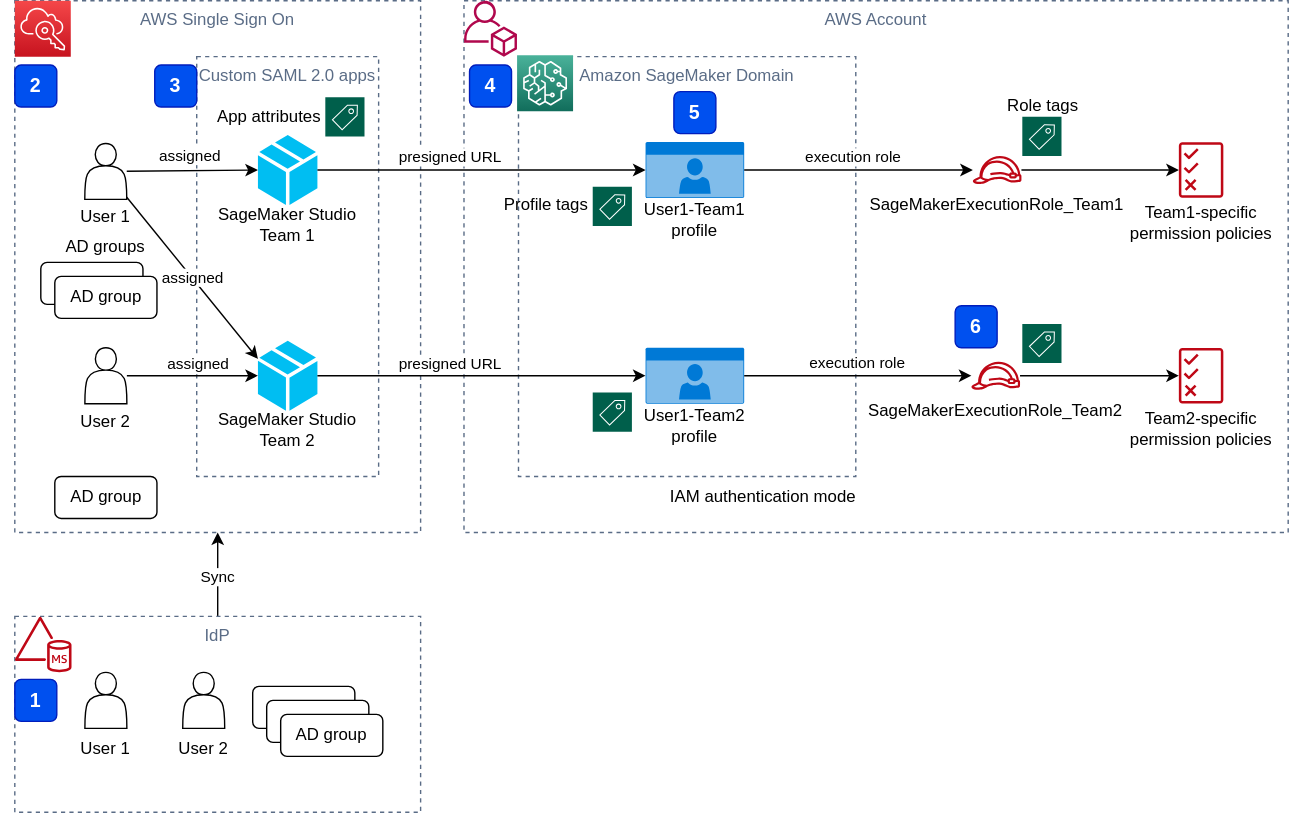
aws-samples/users-and-team-management-with-amazon-sagemaker-and-aws-sso keeps this draw.io diagram as design/solution-architecture.drawio.svg. Above is the earlier version. Source tidied: cells renumbered, new cells last; positions are measured from the earlier drawing's top-left corner, leaving out a move shared by most shapes.
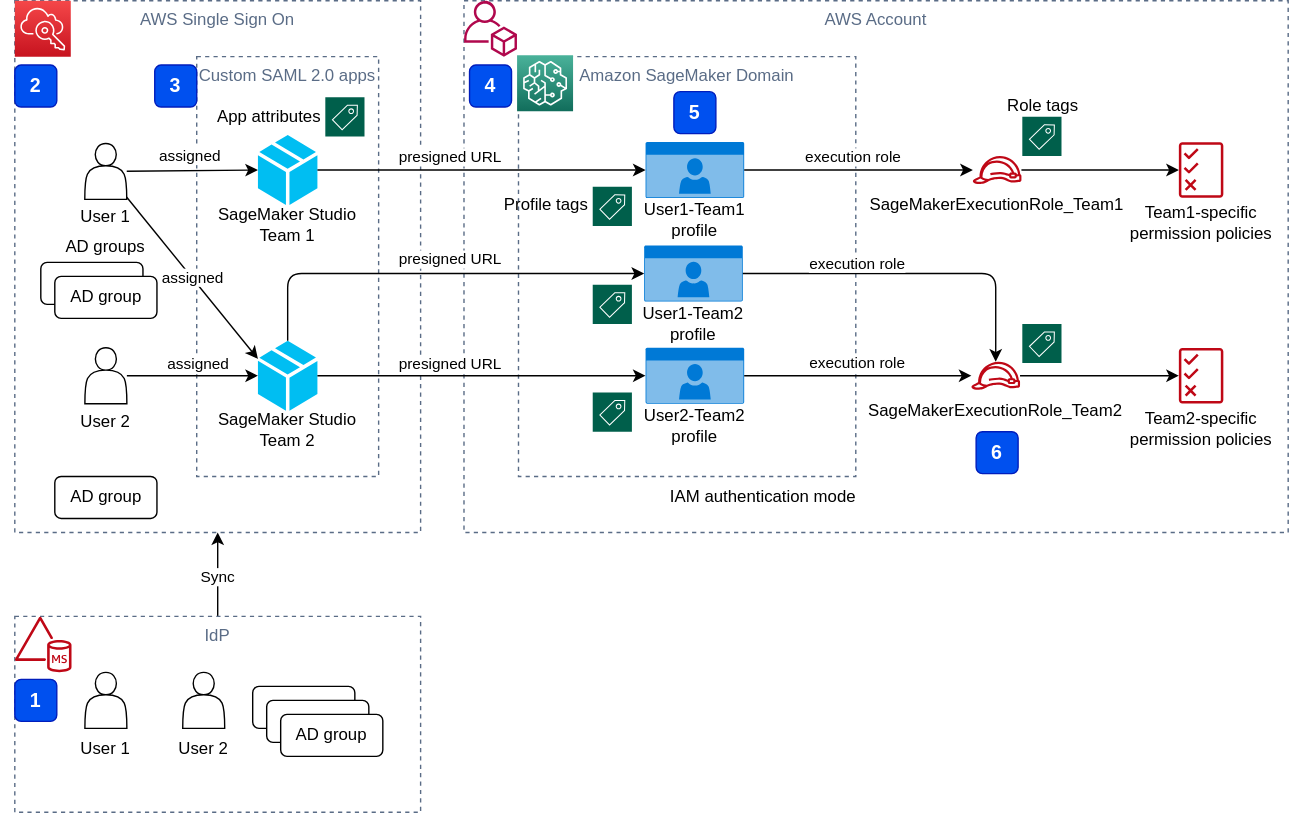
After the commit.

Change to the diagram source:
```diff
@@ -79,7 +79,7 @@
     <mxCell id="26" style="group;" parent="1" vertex="1">
       <mxGeometry x="451" y="248" width="90" height="71" as="geometry" />
     </mxCell>
-    <mxCell id="27" value="User1-Team2 profile" style="text;html=1;strokeColor=none;fillColor=none;align=center;verticalAlign=middle;whiteSpace=wrap;rounded=0;" parent="26" vertex="1">
+    <mxCell id="27" value="User2-Team2 profile" style="text;html=1;strokeColor=none;fillColor=none;align=center;verticalAlign=middle;whiteSpace=wrap;rounded=0;" parent="26" vertex="1">
       <mxGeometry y="41" width="90" height="30" as="geometry" />
     </mxCell>
     <mxCell id="28" style="html=1;strokeColor=none;fillColor=#0079D6;labelPosition=center;verticalLabelPosition=middle;verticalAlign=top;align=center;fontSize=12;outlineConnect=0;spacingTop=-6;fontColor=#FFFFFF;sketch=0;shape=mxgraph.sitemap.profile;" parent="26" vertex="1">
@@ -222,7 +222,7 @@
       <mxGeometry x="335" y="46" width="30" height="30" as="geometry" />
     </mxCell>
     <mxCell id="71" value="6" style="rounded=1;whiteSpace=wrap;html=1;fontStyle=1;fontSize=14;fillColor=#0050ef;strokeColor=#001DBC;fontColor=#ffffff;" parent="1" vertex="1">
-      <mxGeometry x="682" y="218" width="30" height="30" as="geometry" />
+      <mxGeometry x="697" y="308" width="30" height="30" as="geometry" />
     </mxCell>
     <mxCell id="72" value="3" style="rounded=1;whiteSpace=wrap;html=1;fontStyle=1;fontSize=14;fillColor=#0050ef;strokeColor=#001DBC;fontColor=#ffffff;" parent="1" vertex="1">
       <mxGeometry x="110" y="46" width="30" height="30" as="geometry" />
@@ -266,5 +266,41 @@
     <mxCell id="85" value="User 2" style="text;html=1;strokeColor=none;fillColor=none;align=center;verticalAlign=middle;whiteSpace=wrap;rounded=0;" parent="83" vertex="1">
       <mxGeometry y="38" width="60" height="30" as="geometry" />
     </mxCell>
+    <mxCell id="86" style="group;" parent="1" vertex="1">
+      <mxGeometry x="450" y="175" width="90" height="71" as="geometry" />
+    </mxCell>
+    <mxCell id="87" value="User1-Team2 profile" style="text;html=1;strokeColor=none;fillColor=none;align=center;verticalAlign=middle;whiteSpace=wrap;rounded=0;" parent="86" vertex="1">
+      <mxGeometry y="41" width="90" height="30" as="geometry" />
+    </mxCell>
+    <mxCell id="88" style="html=1;strokeColor=none;fillColor=#0079D6;labelPosition=center;verticalLabelPosition=middle;verticalAlign=top;align=center;fontSize=12;outlineConnect=0;spacingTop=-6;fontColor=#FFFFFF;sketch=0;shape=mxgraph.sitemap.profile;" parent="86" vertex="1">
+      <mxGeometry x="9.8" width="70.5" height="40" as="geometry" />
+    </mxCell>
+    <mxCell id="89" style="edgeStyle=none;html=1;" parent="1" edge="1" source="88" target="21">
+      <mxGeometry relative="1" as="geometry">
+        <Array as="points">
+          <mxPoint x="711" y="195" />
+        </Array>
+      </mxGeometry>
+    </mxCell>
+    <mxCell id="90" value="execution role" style="edgeLabel;html=1;align=center;verticalAlign=middle;" parent="89" vertex="1">
+      <mxGeometry x="-0.19" y="1" relative="1" as="geometry">
+        <mxPoint x="-18" y="-7" as="offset" />
+      </mxGeometry>
+    </mxCell>
+    <mxCell id="91" style="edgeStyle=none;html=1;entryX=0;entryY=0.5;entryDx=0;entryDy=0;entryPerimeter=0;" parent="1" edge="1" source="36" target="88">
+      <mxGeometry relative="1" as="geometry">
+        <Array as="points">
+          <mxPoint x="205" y="195" />
+        </Array>
+      </mxGeometry>
+    </mxCell>
+    <mxCell id="92" value="presigned URL" style="edgeLabel;html=1;align=center;verticalAlign=middle;" parent="91" vertex="1">
+      <mxGeometry x="0.18" y="1" relative="1" as="geometry">
+        <mxPoint x="-15" y="-10" as="offset" />
+      </mxGeometry>
+    </mxCell>
+    <mxCell id="93" style="sketch=0;shadow=0;dashed=0;html=1;strokeColor=none;fillColor=#005F4B;labelPosition=center;verticalLabelPosition=bottom;verticalAlign=top;align=center;shape=mxgraph.veeam2.tag;" parent="1" vertex="1">
+      <mxGeometry x="423" y="203" width="28" height="28" as="geometry" />
+    </mxCell>
   </root>
 </mxGraphModel>
```
